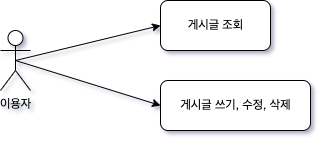
Before: document/Use Case.png, a diagram exported from draw.io (jangjh45/hanghae_Spring_Report). Source tidied: cells renumbered, new cells last; positions are measured from the earlier drawing's top-left corner, leaving out a move shared by most shapes.
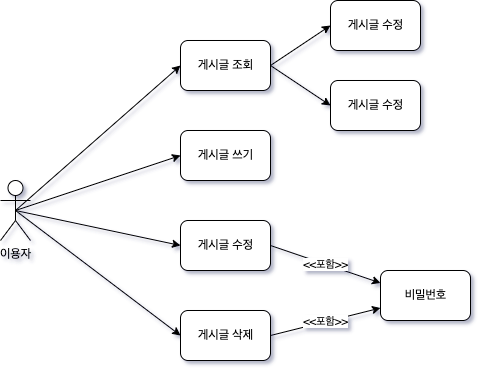
After the change.

What changed in the source:
```diff
@@ -6,10 +6,10 @@
       <mxGeometry y="30" width="30" height="60" as="geometry" />
     </mxCell>
     <mxCell id="3" value="게시글 조회" style="html=1;rounded=1;labelBackgroundColor=none;" parent="1" vertex="1">
-      <mxGeometry x="160" width="110" height="50" as="geometry" />
+      <mxGeometry x="180" y="-110" width="90" height="50" as="geometry" />
     </mxCell>
-    <mxCell id="4" value="게시글 쓰기, 수정, 삭제" style="html=1;rounded=1;labelBackgroundColor=none;" parent="1" vertex="1">
-      <mxGeometry x="160" y="80" width="150" height="50" as="geometry" />
+    <mxCell id="4" value="게시글 삭제" style="html=1;rounded=1;labelBackgroundColor=none;" parent="1" vertex="1">
+      <mxGeometry x="180" y="160" width="90" height="50" as="geometry" />
     </mxCell>
     <mxCell id="5" style="endArrow=classic;html=1;rounded=1;entryX=0;entryY=0.5;entryDx=0;entryDy=0;exitX=0.5;exitY=0.5;exitDx=0;exitDy=0;exitPerimeter=0;labelBackgroundColor=none;fontColor=default;" parent="1" edge="1" source="2" target="3">
       <mxGeometry relative="1" as="geometry" />
@@ -17,5 +17,38 @@
     <mxCell id="6" style="endArrow=classic;html=1;rounded=1;entryX=0;entryY=0.5;entryDx=0;entryDy=0;exitX=0.5;exitY=0.5;exitDx=0;exitDy=0;exitPerimeter=0;labelBackgroundColor=none;fontColor=default;" parent="1" edge="1" source="2" target="4">
       <mxGeometry relative="1" as="geometry" />
     </mxCell>
+    <mxCell id="7" value="게시글 쓰기" style="html=1;rounded=1;labelBackgroundColor=none;" parent="1" vertex="1">
+      <mxGeometry x="180" y="-20" width="90" height="50" as="geometry" />
+    </mxCell>
+    <mxCell id="8" value="게시글 수정" style="html=1;rounded=1;labelBackgroundColor=none;" parent="1" vertex="1">
+      <mxGeometry x="180" y="70" width="90" height="50" as="geometry" />
+    </mxCell>
+    <mxCell id="9" style="endArrow=classic;html=1;rounded=0;exitX=0.5;exitY=0.5;exitDx=0;exitDy=0;exitPerimeter=0;entryX=0;entryY=0.5;entryDx=0;entryDy=0;" parent="1" edge="1" source="2" target="7">
+      <mxGeometry relative="1" as="geometry" />
+    </mxCell>
+    <mxCell id="10" style="endArrow=classic;html=1;rounded=0;exitX=0.5;exitY=0.5;exitDx=0;exitDy=0;exitPerimeter=0;entryX=0;entryY=0.5;entryDx=0;entryDy=0;" parent="1" edge="1" source="2" target="8">
+      <mxGeometry relative="1" as="geometry" />
+    </mxCell>
+    <mxCell id="11" value="게시글 수정" style="html=1;rounded=1;labelBackgroundColor=none;" parent="1" vertex="1">
+      <mxGeometry x="330" y="-70" width="90" height="50" as="geometry" />
+    </mxCell>
+    <mxCell id="12" value="게시글 수정" style="html=1;rounded=1;labelBackgroundColor=none;" parent="1" vertex="1">
+      <mxGeometry x="330" y="-150" width="90" height="50" as="geometry" />
+    </mxCell>
+    <mxCell id="13" value="비밀번호" style="html=1;rounded=1;labelBackgroundColor=none;" parent="1" vertex="1">
+      <mxGeometry x="380" y="120" width="90" height="50" as="geometry" />
+    </mxCell>
+    <mxCell id="14" style="endArrow=classic;html=1;rounded=0;entryX=0;entryY=0.5;entryDx=0;entryDy=0;exitX=1;exitY=0.5;exitDx=0;exitDy=0;" parent="1" edge="1" source="3" target="12">
+      <mxGeometry relative="1" as="geometry" />
+    </mxCell>
+    <mxCell id="15" style="endArrow=classic;html=1;rounded=0;entryX=0;entryY=0.5;entryDx=0;entryDy=0;exitX=1;exitY=0.5;exitDx=0;exitDy=0;" parent="1" edge="1" source="3" target="11">
+      <mxGeometry relative="1" as="geometry" />
+    </mxCell>
+    <mxCell id="16" value="&amp;lt;&amp;lt;포함&amp;gt;&amp;gt;" style="endArrow=classic;html=1;rounded=0;exitX=1;exitY=0.5;exitDx=0;exitDy=0;entryX=0;entryY=0.25;entryDx=0;entryDy=0;" parent="1" edge="1" source="8" target="13">
+      <mxGeometry relative="1" as="geometry" />
+    </mxCell>
+    <mxCell id="17" value="&amp;lt;&amp;lt;포함&amp;gt;&amp;gt;" style="endArrow=classic;html=1;rounded=0;exitX=1;exitY=0.5;exitDx=0;exitDy=0;entryX=0;entryY=0.75;entryDx=0;entryDy=0;" parent="1" edge="1" source="4" target="13">
+      <mxGeometry relative="1" as="geometry" />
+    </mxCell>
   </root>
 </mxGraphModel>
```
